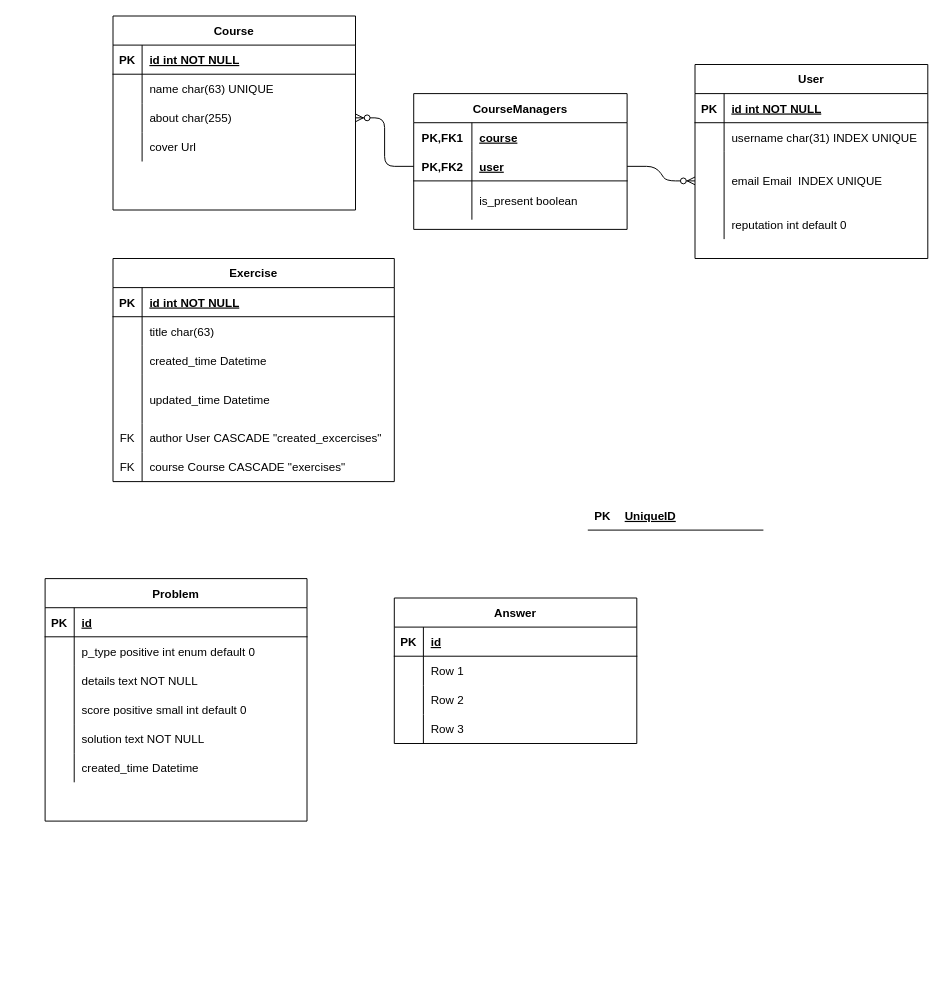
The draw.io diagram Untitled Diagram.drawio in xiayulu/models, before the edit. Source tidied: cells renumbered, new cells numbered last; positions are measured from the earlier drawing's top-left corner, leaving out a move shared by most shapes. Both pictures are drawn from the tidied source at 97%, with x=0, y=0 at pixel (45, 16).
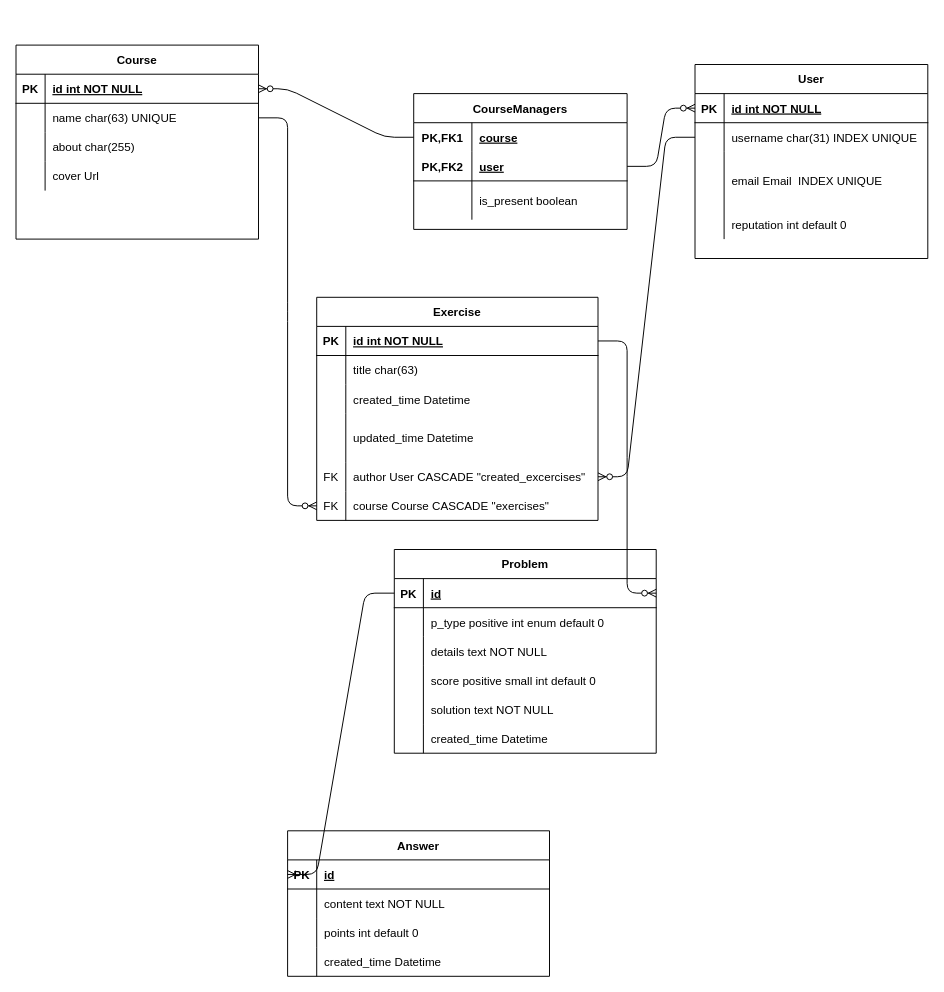
After the change.

The change refers to these unchanged cells:
```xml
<mxCell id="3" style="shape=partialRectangle;fillColor=none;points=[[0,0.5],[1,0.5]];portConstraint=eastwest;top=0;left=0;right=0;bottom=1;" parent="2" vertex="1">
  <mxGeometry y="30" width="250" height="30" as="geometry" />
</mxCell>
<mxCell id="6" style="shape=partialRectangle;fillColor=none;points=[[0,0.5],[1,0.5]];portConstraint=eastwest;top=0;left=0;right=0;bottom=0;" parent="2" vertex="1">
  <mxGeometry y="60" width="250" height="30" as="geometry" />
</mxCell>
<mxCell id="9" style="shape=partialRectangle;fillColor=none;top=0;left=0;bottom=0;right=0;points=[[0,0.5],[1,0.5]];portConstraint=eastwest;align=center;" parent="2" vertex="1">
  <mxGeometry y="90" width="250" height="30" as="geometry" />
</mxCell>
<mxCell id="16" style="shape=partialRectangle;fillColor=none;points=[[0,0.5],[1,0.5]];portConstraint=eastwest;top=0;left=0;right=0;bottom=1;" parent="15" vertex="1">
  <mxGeometry y="30" width="290" height="30" as="geometry" />
</mxCell>
<mxCell id="28" style="shape=partialRectangle;fillColor=none;top=0;left=0;bottom=0;right=0;points=[[0,0.5],[1,0.5]];portConstraint=eastwest;align=center;" parent="15" vertex="1">
  <mxGeometry y="170" width="290" height="30" as="geometry" />
</mxCell>
<mxCell id="31" style="shape=partialRectangle;fillColor=none;top=0;left=0;bottom=0;right=0;points=[[0,0.5],[1,0.5]];portConstraint=eastwest;align=center;" parent="15" vertex="1">
  <mxGeometry y="200" width="290" height="30" as="geometry" />
</mxCell>
<mxCell id="35" style="shape=partialRectangle;fillColor=none;points=[[0,0.5],[1,0.5]];portConstraint=eastwest;top=0;left=0;right=0;bottom=1;" parent="34" vertex="1">
  <mxGeometry y="30" width="240" height="30" as="geometry" />
</mxCell>
<mxCell id="38" style="shape=partialRectangle;fillColor=none;points=[[0,0.5],[1,0.5]];portConstraint=eastwest;top=0;left=0;right=0;bottom=0;" parent="34" vertex="1">
  <mxGeometry y="60" width="240" height="30" as="geometry" />
</mxCell>
<mxCell id="41" style="shape=partialRectangle;fillColor=none;top=0;left=0;bottom=0;right=0;points=[[0,0.5],[1,0.5]];portConstraint=eastwest;align=center;" parent="34" vertex="1">
  <mxGeometry y="90" width="240" height="60" as="geometry" />
</mxCell>
<mxCell id="48" style="shape=partialRectangle;fillColor=none;top=0;left=0;bottom=1;right=0;points=[[0,0.5],[1,0.5]];portConstraint=eastwest;" parent="47" vertex="1">
  <mxGeometry y="30" width="270" height="30" as="geometry" />
</mxCell>
<mxCell id="80" style="shape=partialRectangle;fillColor=none;top=0;left=0;bottom=0;right=0;points=[[0,0.5],[1,0.5]];portConstraint=eastwest;" parent="79" vertex="1">
  <mxGeometry y="30" width="220" height="30" as="geometry" />
</mxCell>
<mxCell id="83" style="shape=partialRectangle;fillColor=none;top=0;left=0;bottom=1;right=0;points=[[0,0.5],[1,0.5]];portConstraint=eastwest;" parent="79" vertex="1">
  <mxGeometry y="60" width="220" height="30" as="geometry" />
</mxCell>
```

What changed in the source:
```diff
@@
     <mxCell id="2" value="Course" style="shape=table;startSize=30;childLayout=tableLayout;rowLines=0;fontStyle=1;align=center;" parent="1" vertex="1">
-      <mxGeometry x="70" width="250" height="200" as="geometry" />
+      <mxGeometry x="-30" y="30" width="250" height="200" as="geometry" />
     </mxCell>
@@
     <mxCell id="15" value="Exercise" style="shape=table;startSize=30;childLayout=tableLayout;rowLines=0;fontStyle=1;align=center;" parent="1" vertex="1">
-      <mxGeometry x="70" y="250" width="290" height="230" as="geometry" />
+      <mxGeometry x="280" y="290" width="290" height="230" as="geometry" />
     </mxCell>
@@
     <mxCell id="47" value="Problem" style="shape=table;startSize=30;childLayout=tableLayout;rowLines=0;fontStyle=1;align=center;" parent="1" vertex="1">
-      <mxGeometry y="580" width="270" height="250" as="geometry" />
+      <mxGeometry x="360" y="550" width="270" height="210" as="geometry" />
     </mxCell>
@@
     <mxCell id="66" value="Answer" style="shape=table;startSize=30;childLayout=tableLayout;rowLines=0;fontStyle=1;align=center;" parent="1" vertex="1">
-      <mxGeometry x="360" y="600" width="250" height="150" as="geometry" />
+      <mxGeometry x="250" y="840" width="270" height="150" as="geometry" />
     </mxCell>
     <mxCell id="67" style="shape=partialRectangle;fillColor=none;top=0;left=0;bottom=1;right=0;points=[[0,0.5],[1,0.5]];portConstraint=eastwest;" parent="66" vertex="1">
-      <mxGeometry y="30" width="250" height="30" as="geometry" />
+      <mxGeometry y="30" width="270" height="30" as="geometry" />
     </mxCell>
@@
     <mxCell id="69" value="id" style="shape=partialRectangle;fillColor=none;top=0;left=0;bottom=0;right=0;align=left;spacingLeft=6;fontStyle=5;overflow=hidden;" parent="67" vertex="1">
-      <mxGeometry x="30" width="220" height="30" as="geometry" />
+      <mxGeometry x="30" width="240" height="30" as="geometry" />
     </mxCell>
     <mxCell id="70" style="shape=partialRectangle;fillColor=none;top=0;left=0;bottom=0;right=0;" parent="66" vertex="1">
-      <mxGeometry y="60" width="250" height="30" as="geometry" />
+      <mxGeometry y="60" width="270" height="30" as="geometry" />
     </mxCell>
@@
-    <mxCell id="72" value="Row 1" style="shape=partialRectangle;fillColor=none;top=0;left=0;bottom=0;right=0;align=left;spacingLeft=6;overflow=hidden;" parent="70" vertex="1">
-      <mxGeometry x="30" width="220" height="30" as="geometry" />
+    <mxCell id="72" value="content text NOT NULL" style="shape=partialRectangle;fillColor=none;top=0;left=0;bottom=0;right=0;align=left;spacingLeft=6;overflow=hidden;" parent="70" vertex="1">
+      <mxGeometry x="30" width="240" height="30" as="geometry" />
     </mxCell>
     <mxCell id="73" style="shape=partialRectangle;fillColor=none;top=0;left=0;bottom=0;right=0;" parent="66" vertex="1">
-      <mxGeometry y="90" width="250" height="30" as="geometry" />
+      <mxGeometry y="90" width="270" height="30" as="geometry" />
     </mxCell>
@@
-    <mxCell id="75" value="Row 2" style="shape=partialRectangle;fillColor=none;top=0;left=0;bottom=0;right=0;align=left;spacingLeft=6;overflow=hidden;" parent="73" vertex="1">
-      <mxGeometry x="30" width="220" height="30" as="geometry" />
+    <mxCell id="75" value="points int default 0" style="shape=partialRectangle;fillColor=none;top=0;left=0;bottom=0;right=0;align=left;spacingLeft=6;overflow=hidden;" parent="73" vertex="1">
+      <mxGeometry x="30" width="240" height="30" as="geometry" />
     </mxCell>
     <mxCell id="76" style="shape=partialRectangle;fillColor=none;top=0;left=0;bottom=0;right=0;" parent="66" vertex="1">
-      <mxGeometry y="120" width="250" height="30" as="geometry" />
+      <mxGeometry y="120" width="270" height="30" as="geometry" />
     </mxCell>
@@
-    <mxCell id="78" value="Row 3" style="shape=partialRectangle;fillColor=none;top=0;left=0;bottom=0;right=0;align=left;spacingLeft=6;overflow=hidden;" parent="76" vertex="1">
-      <mxGeometry x="30" width="220" height="30" as="geometry" />
+    <mxCell id="78" value="created_time Datetime" style="shape=partialRectangle;fillColor=none;top=0;left=0;bottom=0;right=0;align=left;spacingLeft=6;overflow=hidden;" parent="76" vertex="1">
+      <mxGeometry x="30" width="240" height="30" as="geometry" />
     </mxCell>
@@
-    <mxCell id="89" style="edgeStyle=entityRelationEdgeStyle;fontSize=12;html=1;endArrow=ERzeroToMany;endFill=1;entryX=0;entryY=0.5;entryDx=0;entryDy=0;exitX=1;exitY=0.5;exitDx=0;exitDy=0;" parent="1" edge="1" source="83" target="41">
+    <mxCell id="89" style="edgeStyle=entityRelationEdgeStyle;fontSize=12;html=1;endArrow=ERzeroToMany;endFill=1;entryX=0;entryY=0.5;entryDx=0;entryDy=0;exitX=1;exitY=0.5;exitDx=0;exitDy=0;" parent="1" edge="1" source="83" target="35">
       <mxGeometry relative="1" as="geometry" />
     </mxCell>
-    <mxCell id="90" style="edgeStyle=entityRelationEdgeStyle;fontSize=12;html=1;endArrow=ERzeroToMany;endFill=1;entryX=1;entryY=0.5;entryDx=0;entryDy=0;exitX=0;exitY=0.5;exitDx=0;exitDy=0;" parent="1" edge="1" source="83" target="9">
+    <mxCell id="90" style="edgeStyle=entityRelationEdgeStyle;fontSize=12;html=1;endArrow=ERzeroToMany;endFill=1;entryX=1;entryY=0.5;entryDx=0;entryDy=0;exitX=0;exitY=0.5;exitDx=0;exitDy=0;" parent="1" edge="1" source="80" target="3">
       <mxGeometry relative="1" as="geometry" />
     </mxCell>
-    <mxCell id="91" style="shape=table;startSize=0;childLayout=tableLayout;rowLines=0;fontStyle=0;align=center;strokeColor=none;fillColor=none;" parent="1" vertex="1">
-      <mxGeometry x="560" y="500" width="180" height="30" as="geometry" />
-    </mxCell>
-    <mxCell id="92" style="shape=partialRectangle;fillColor=none;top=0;left=0;bottom=1;right=0;" parent="91" vertex="1">
-      <mxGeometry width="180" height="30" as="geometry" />
-    </mxCell>
-    <mxCell id="93" value="PK" style="shape=partialRectangle;fillColor=none;top=0;left=0;bottom=0;right=0;fontStyle=1;overflow=hidden;" parent="92" vertex="1">
-      <mxGeometry width="30" height="30" as="geometry" />
-    </mxCell>
-    <mxCell id="94" value="UniqueID" style="shape=partialRectangle;fillColor=none;top=0;left=0;bottom=0;right=0;align=left;spacingLeft=6;fontStyle=5;overflow=hidden;" parent="92" vertex="1">
-      <mxGeometry x="30" width="150" height="30" as="geometry" />
-    </mxCell>
+    <mxCell id="95" style="edgeStyle=entityRelationEdgeStyle;fontSize=12;html=1;endArrow=ERzeroToMany;endFill=1;exitX=0;exitY=0.5;exitDx=0;exitDy=0;entryX=1;entryY=0.5;entryDx=0;entryDy=0;" parent="1" edge="1" source="38" target="28">
+      <mxGeometry relative="1" as="geometry" />
+    </mxCell>
+    <mxCell id="96" style="edgeStyle=entityRelationEdgeStyle;fontSize=12;html=1;endArrow=ERzeroToMany;endFill=1;exitX=1;exitY=0.5;exitDx=0;exitDy=0;entryX=0;entryY=0.5;entryDx=0;entryDy=0;" parent="1" edge="1" source="6" target="31">
+      <mxGeometry relative="1" as="geometry" />
+    </mxCell>
+    <mxCell id="97" style="edgeStyle=entityRelationEdgeStyle;fontSize=12;html=1;endArrow=ERzeroToMany;endFill=1;entryX=1;entryY=0.5;entryDx=0;entryDy=0;exitX=1;exitY=0.5;exitDx=0;exitDy=0;" parent="1" edge="1" source="16" target="48">
+      <mxGeometry relative="1" as="geometry" />
+    </mxCell>
+    <mxCell id="98" style="edgeStyle=entityRelationEdgeStyle;fontSize=12;html=1;endArrow=ERoneToMany;entryX=0;entryY=0.5;entryDx=0;entryDy=0;exitX=0;exitY=0.5;exitDx=0;exitDy=0;" parent="1" edge="1" source="48" target="67">
+      <mxGeometry relative="1" as="geometry" />
+    </mxCell>
```
